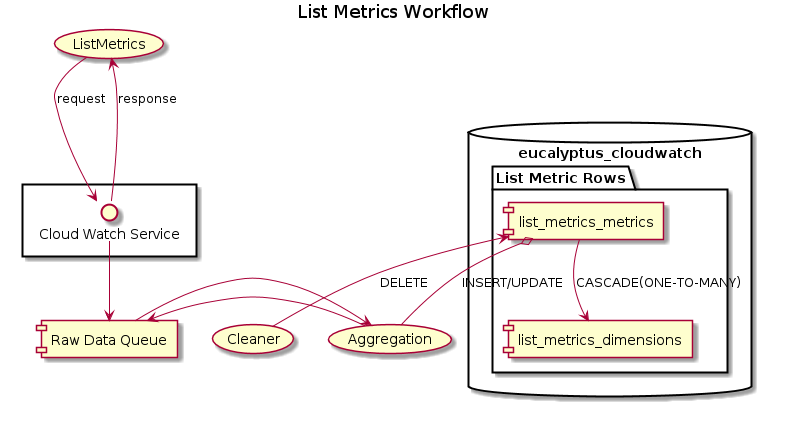
Above: features/cloudwatch/3.3/list-metrics-workflow.png in eucalyptus/architecture (PlantUML), before the change. Its source is kept beside it as features/cloudwatch/3.3/list-metrics-workflow.puml.
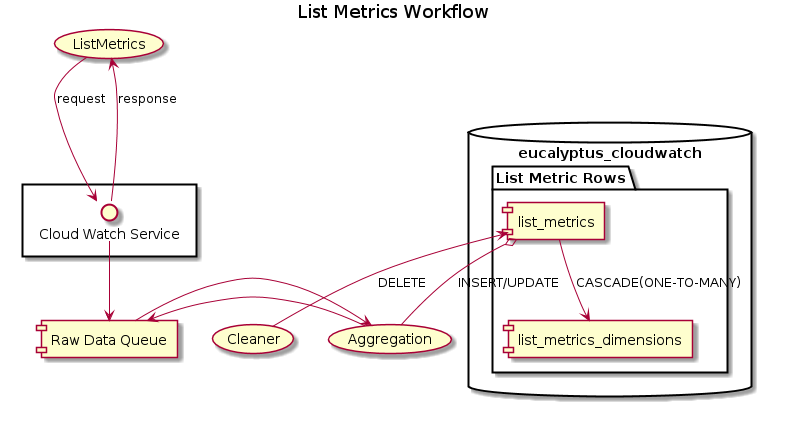
After the change.

Commit message:
changed list_metrics_metrics table name to list_metricswq

Change to the diagram source:
```diff
@@ -13,10 +13,10 @@
 database "eucalyptus_cloudwatch" {
 folder "List Metric Rows" {
     [list_metrics_dimensions]
-    [list_metrics_metrics]
+    [list_metrics]
   }
 }
-[list_metrics_metrics] --> [list_metrics_dimensions] : CASCADE(ONE-TO-MANY)
-[list_metrics_metrics] o-- (Aggregation) : INSERT/UPDATE
-(Cleaner) --left-> [list_metrics_metrics] : DELETE
+[list_metrics] --> [list_metrics_dimensions] : CASCADE(ONE-TO-MANY)
+[list_metrics] o-- (Aggregation) : INSERT/UPDATE
+(Cleaner) --left-> [list_metrics] : DELETE
 @enduml
```
